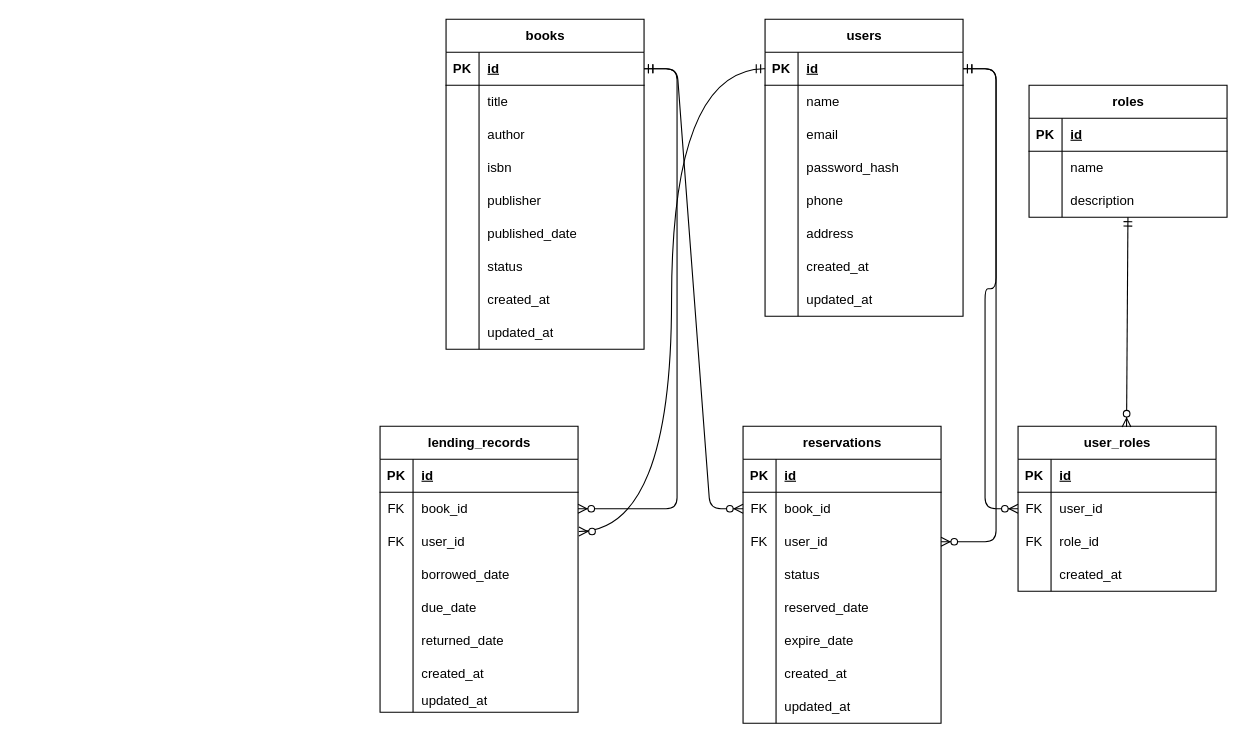
The draw.io diagram Phase7/er.dio in DaisukeKikukawa/Forkup, before the edit. Source tidied: cells renumbered, new cells numbered last; positions are measured from the earlier drawing's top-left corner, leaving out a move shared by most shapes. Both pictures are drawn from the tidied source at 110%, with x=0, y=0 at pixel (380, 19).
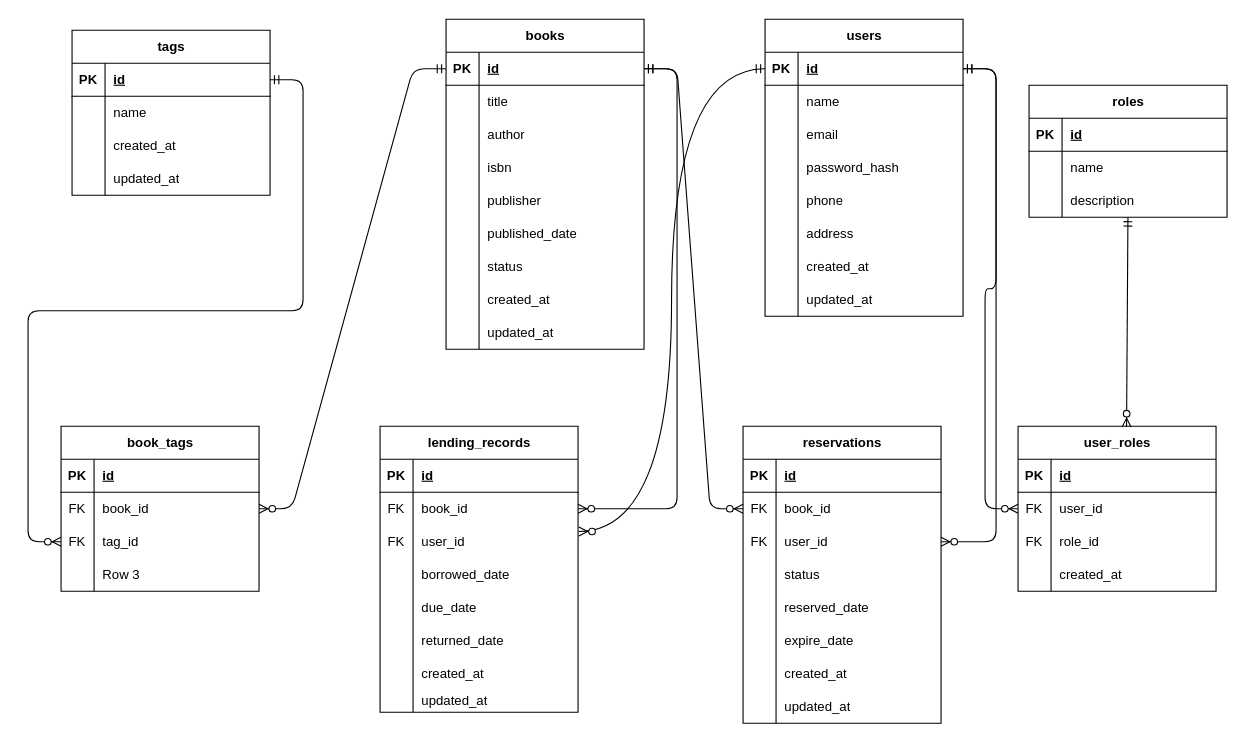
The same page after the edit.

Commit message:
タグ付け機能のテーブル設計をER図に追加

The change refers to these unchanged cells:
```xml
<mxCell id="3" style="shape=tableRow;horizontal=0;startSize=0;swimlaneHead=0;swimlaneBody=0;fillColor=none;points=[[0,0.5],[1,0.5]];portConstraint=eastwest;top=0;left=0;right=0;bottom=1;" parent="2" vertex="1">
  <mxGeometry y="30" width="180" height="30" as="geometry" />
</mxCell>
```

Diff of the diagram source:
```diff
@@
+    <mxCell id="134" value="tags" style="shape=table;startSize=30;childLayout=tableLayout;rowLines=0;fontStyle=1;align=center;html=1;" parent="1" vertex="1">
+      <mxGeometry x="-280" y="10" width="180" height="150" as="geometry" />
+    </mxCell>
+    <mxCell id="135" style="shape=tableRow;horizontal=0;startSize=0;swimlaneHead=0;swimlaneBody=0;fillColor=none;points=[[0,0.5],[1,0.5]];portConstraint=eastwest;top=0;left=0;right=0;bottom=1;" parent="134" vertex="1">
+      <mxGeometry y="30" width="180" height="30" as="geometry" />
+    </mxCell>
+    <mxCell id="136" value="PK" style="shape=partialRectangle;fillColor=none;top=0;left=0;bottom=0;right=0;fontStyle=1;overflow=hidden;whiteSpace=wrap;html=1;" parent="135" vertex="1">
+      <mxGeometry width="30" height="30" as="geometry" />
+    </mxCell>
+    <mxCell id="137" value="id" style="shape=partialRectangle;fillColor=none;top=0;left=0;bottom=0;right=0;align=left;spacingLeft=6;fontStyle=5;overflow=hidden;whiteSpace=wrap;html=1;" parent="135" vertex="1">
+      <mxGeometry x="30" width="150" height="30" as="geometry" />
+    </mxCell>
+    <mxCell id="138" style="shape=tableRow;horizontal=0;startSize=0;swimlaneHead=0;swimlaneBody=0;fillColor=none;top=0;left=0;right=0;bottom=0;" parent="134" vertex="1">
+      <mxGeometry y="60" width="180" height="30" as="geometry" />
+    </mxCell>
+    <mxCell id="139" style="shape=partialRectangle;fillColor=none;top=0;left=0;bottom=0;right=0;overflow=hidden;whiteSpace=wrap;html=1;" parent="138" vertex="1">
+      <mxGeometry width="30" height="30" as="geometry" />
+    </mxCell>
+    <mxCell id="140" value="name" style="shape=partialRectangle;fillColor=none;top=0;left=0;bottom=0;right=0;align=left;spacingLeft=6;overflow=hidden;whiteSpace=wrap;html=1;" parent="138" vertex="1">
+      <mxGeometry x="30" width="150" height="30" as="geometry" />
+    </mxCell>
+    <mxCell id="141" style="shape=tableRow;horizontal=0;startSize=0;swimlaneHead=0;swimlaneBody=0;fillColor=none;top=0;left=0;right=0;bottom=0;" parent="134" vertex="1">
+      <mxGeometry y="90" width="180" height="30" as="geometry" />
+    </mxCell>
+    <mxCell id="142" style="shape=partialRectangle;fillColor=none;top=0;left=0;bottom=0;right=0;overflow=hidden;whiteSpace=wrap;html=1;" parent="141" vertex="1">
+      <mxGeometry width="30" height="30" as="geometry" />
+    </mxCell>
+    <mxCell id="143" value="created_at" style="shape=partialRectangle;fillColor=none;top=0;left=0;bottom=0;right=0;align=left;spacingLeft=6;overflow=hidden;whiteSpace=wrap;html=1;" parent="141" vertex="1">
+      <mxGeometry x="30" width="150" height="30" as="geometry" />
+    </mxCell>
+    <mxCell id="144" style="shape=tableRow;horizontal=0;startSize=0;swimlaneHead=0;swimlaneBody=0;fillColor=none;top=0;left=0;right=0;bottom=0;" parent="134" vertex="1">
+      <mxGeometry y="120" width="180" height="30" as="geometry" />
+    </mxCell>
+    <mxCell id="145" style="shape=partialRectangle;fillColor=none;top=0;left=0;bottom=0;right=0;overflow=hidden;whiteSpace=wrap;html=1;" parent="144" vertex="1">
+      <mxGeometry width="30" height="30" as="geometry" />
+    </mxCell>
+    <mxCell id="146" value="updated_at" style="shape=partialRectangle;fillColor=none;top=0;left=0;bottom=0;right=0;align=left;spacingLeft=6;overflow=hidden;whiteSpace=wrap;html=1;" parent="144" vertex="1">
+      <mxGeometry x="30" width="150" height="30" as="geometry" />
+    </mxCell>
+    <mxCell id="147" value="book_tags" style="shape=table;startSize=30;childLayout=tableLayout;rowLines=0;fontStyle=1;align=center;html=1;" parent="1" vertex="1">
+      <mxGeometry x="-290" y="370" width="180" height="150" as="geometry" />
+    </mxCell>
+    <mxCell id="148" style="shape=tableRow;horizontal=0;startSize=0;swimlaneHead=0;swimlaneBody=0;fillColor=none;top=0;left=0;right=0;bottom=1;" parent="147" vertex="1">
+      <mxGeometry y="30" width="180" height="30" as="geometry" />
+    </mxCell>
+    <mxCell id="149" value="PK" style="shape=partialRectangle;fillColor=none;top=0;left=0;bottom=0;right=0;fontStyle=1;overflow=hidden;whiteSpace=wrap;html=1;" parent="148" vertex="1">
+      <mxGeometry width="30" height="30" as="geometry" />
+    </mxCell>
+    <mxCell id="150" value="id" style="shape=partialRectangle;fillColor=none;top=0;left=0;bottom=0;right=0;align=left;spacingLeft=6;fontStyle=5;overflow=hidden;whiteSpace=wrap;html=1;" parent="148" vertex="1">
+      <mxGeometry x="30" width="150" height="30" as="geometry" />
+    </mxCell>
+    <mxCell id="151" style="shape=tableRow;horizontal=0;startSize=0;swimlaneHead=0;swimlaneBody=0;fillColor=none;points=[[0,0.5],[1,0.5]];portConstraint=eastwest;top=0;left=0;right=0;bottom=0;" parent="147" vertex="1">
+      <mxGeometry y="60" width="180" height="30" as="geometry" />
+    </mxCell>
+    <mxCell id="152" value="FK" style="shape=partialRectangle;fillColor=none;top=0;left=0;bottom=0;right=0;overflow=hidden;whiteSpace=wrap;html=1;" parent="151" vertex="1">
+      <mxGeometry width="30" height="30" as="geometry" />
+    </mxCell>
+    <mxCell id="153" value="book_id" style="shape=partialRectangle;fillColor=none;top=0;left=0;bottom=0;right=0;align=left;spacingLeft=6;overflow=hidden;whiteSpace=wrap;html=1;" parent="151" vertex="1">
+      <mxGeometry x="30" width="150" height="30" as="geometry" />
+    </mxCell>
+    <mxCell id="154" style="shape=tableRow;horizontal=0;startSize=0;swimlaneHead=0;swimlaneBody=0;fillColor=none;top=0;left=0;right=0;bottom=0;" parent="147" vertex="1">
+      <mxGeometry y="90" width="180" height="30" as="geometry" />
+    </mxCell>
+    <mxCell id="155" value="FK" style="shape=partialRectangle;fillColor=none;top=0;left=0;bottom=0;right=0;overflow=hidden;whiteSpace=wrap;html=1;" parent="154" vertex="1">
+      <mxGeometry width="30" height="30" as="geometry" />
+    </mxCell>
+    <mxCell id="156" value="tag_id" style="shape=partialRectangle;fillColor=none;top=0;left=0;bottom=0;right=0;align=left;spacingLeft=6;overflow=hidden;whiteSpace=wrap;html=1;" parent="154" vertex="1">
+      <mxGeometry x="30" width="150" height="30" as="geometry" />
+    </mxCell>
+    <mxCell id="157" style="shape=tableRow;horizontal=0;startSize=0;swimlaneHead=0;swimlaneBody=0;fillColor=none;top=0;left=0;right=0;bottom=0;" parent="147" vertex="1">
+      <mxGeometry y="120" width="180" height="30" as="geometry" />
+    </mxCell>
+    <mxCell id="158" style="shape=partialRectangle;fillColor=none;top=0;left=0;bottom=0;right=0;overflow=hidden;whiteSpace=wrap;html=1;" parent="157" vertex="1">
+      <mxGeometry width="30" height="30" as="geometry" />
+    </mxCell>
+    <mxCell id="159" value="Row 3" style="shape=partialRectangle;fillColor=none;top=0;left=0;bottom=0;right=0;align=left;spacingLeft=6;overflow=hidden;whiteSpace=wrap;html=1;" parent="157" vertex="1">
+      <mxGeometry x="30" width="150" height="30" as="geometry" />
+    </mxCell>
+    <mxCell id="160" style="edgeStyle=entityRelationEdgeStyle;fontSize=12;html=1;endArrow=ERzeroToMany;startArrow=ERmandOne;exitX=0;exitY=0.5;exitDx=0;exitDy=0;" parent="1" edge="1" source="3" target="151">
+      <mxGeometry relative="1" as="geometry" />
+    </mxCell>
+    <mxCell id="161" style="edgeStyle=entityRelationEdgeStyle;fontSize=12;html=1;endArrow=ERzeroToMany;startArrow=ERmandOne;" parent="1" edge="1" source="135">
+      <mxGeometry relative="1" as="geometry">
+        <mxPoint x="-290" y="475" as="targetPoint" />
+      </mxGeometry>
+    </mxCell>
```
